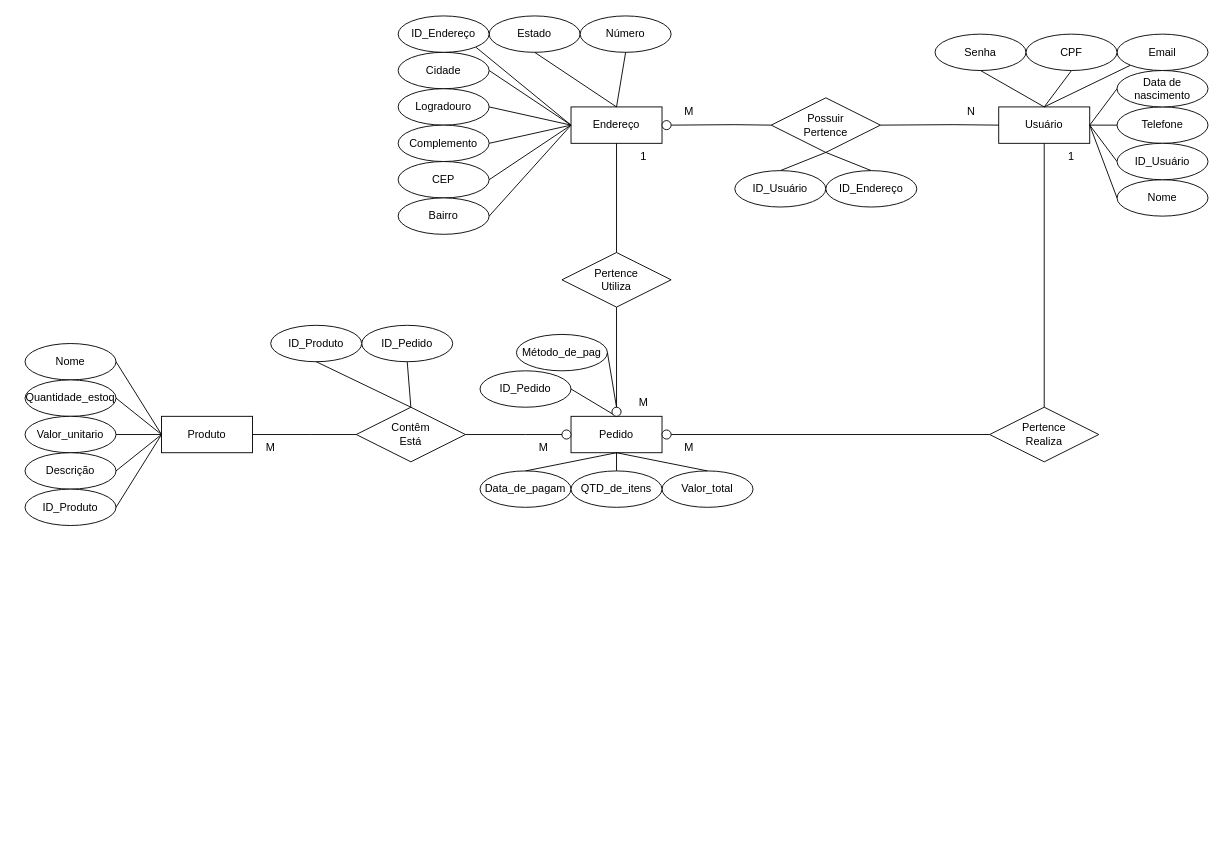
This is documentacao/diagrama_conceitual.drawio from PedroAugustoPivetta/Bela-Rosa, a draw.io file, before an edit. Source tidied: cells renumbered, new cells numbered last; positions are measured from the earlier drawing's top-left corner, leaving out a move shared by most shapes. Both pictures are drawn from the tidied source at 91%, with x=0, y=0 at pixel (25, 15).
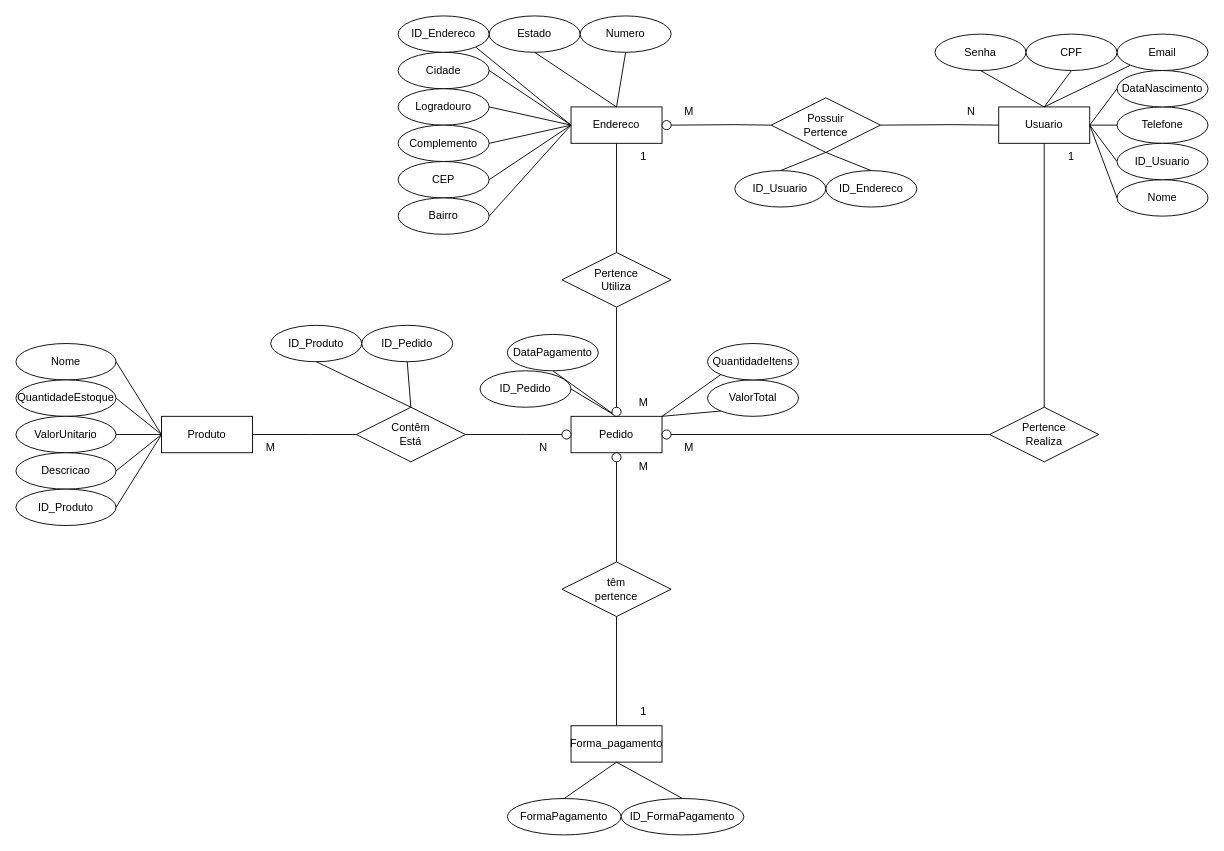
The same diagram, later.

The change refers to these unchanged cells:
```xml
<mxCell id="26" value="Pedido" style="whiteSpace=wrap;html=1;align=center;" parent="1" vertex="1">
  <mxGeometry x="600" y="440" width="100" height="40" as="geometry" />
</mxCell>
<mxCell id="35" value="M" style="text;html=1;align=center;verticalAlign=middle;whiteSpace=wrap;rounded=0;" parent="1" vertex="1">
  <mxGeometry x="650" y="410" width="60" height="30" as="geometry" />
</mxCell>
<mxCell id="75" style="ellipse;whiteSpace=wrap;html=1;" parent="1" vertex="1">
  <mxGeometry x="645" y="430" width="10" height="10" as="geometry" />
</mxCell>
```

Diff of the diagram source:
```diff
@@
-    <mxCell id="2" value="Usuário" style="whiteSpace=wrap;html=1;align=center;" parent="1" vertex="1">
+    <mxCell id="2" value="Usuario" style="whiteSpace=wrap;html=1;align=center;" parent="1" vertex="1">
       <mxGeometry x="1070" y="100" width="100" height="40" as="geometry" />
     </mxCell>
-    <mxCell id="3" value="Endereço" style="whiteSpace=wrap;html=1;align=center;" parent="1" vertex="1">
+    <mxCell id="3" value="Endereco" style="whiteSpace=wrap;html=1;align=center;" parent="1" vertex="1">
       <mxGeometry x="600" y="100" width="100" height="40" as="geometry" />
     </mxCell>
@@
-    <mxCell id="9" value="M" style="text;html=1;align=center;verticalAlign=middle;whiteSpace=wrap;rounded=0;" parent="1" vertex="1">
+    <mxCell id="9" value="N" style="text;html=1;align=center;verticalAlign=middle;whiteSpace=wrap;rounded=0;" parent="1" vertex="1">
       <mxGeometry x="540" y="460" width="60" height="30" as="geometry" />
     </mxCell>
@@
-    <mxCell id="12" value="Data de nascimento" style="ellipse;whiteSpace=wrap;html=1;align=center;" parent="1" vertex="1">
+    <mxCell id="12" value="DataNascimento" style="ellipse;whiteSpace=wrap;html=1;align=center;" parent="1" vertex="1">
       <mxGeometry x="1200" y="60" width="100" height="40" as="geometry" />
     </mxCell>
@@
-    <mxCell id="20" value="Número" style="ellipse;whiteSpace=wrap;html=1;align=center;" parent="1" vertex="1">
+    <mxCell id="20" value="Numero" style="ellipse;whiteSpace=wrap;html=1;align=center;" parent="1" vertex="1">
       <mxGeometry x="610" width="100" height="40" as="geometry" />
     </mxCell>
@@
-    <mxCell id="22" value="Data_de_pagam" style="ellipse;whiteSpace=wrap;html=1;align=center;" parent="1" vertex="1">
-      <mxGeometry x="500" y="500" width="100" height="40" as="geometry" />
+    <mxCell id="22" value="DataPagamento" style="ellipse;whiteSpace=wrap;html=1;align=center;" parent="1" vertex="1">
+      <mxGeometry x="530" y="350" width="100" height="40" as="geometry" />
     </mxCell>
-    <mxCell id="23" value="Valor_total" style="ellipse;whiteSpace=wrap;html=1;align=center;" parent="1" vertex="1">
-      <mxGeometry x="700" y="500" width="100" height="40" as="geometry" />
+    <mxCell id="23" value="ValorTotal" style="ellipse;whiteSpace=wrap;html=1;align=center;" parent="1" vertex="1">
+      <mxGeometry x="750" y="400" width="100" height="40" as="geometry" />
     </mxCell>
-    <mxCell id="24" value="QTD_de_itens" style="ellipse;whiteSpace=wrap;html=1;align=center;" parent="1" vertex="1">
-      <mxGeometry x="600" y="500" width="100" height="40" as="geometry" />
+    <mxCell id="24" value="QuantidadeItens" style="ellipse;whiteSpace=wrap;html=1;align=center;" parent="1" vertex="1">
+      <mxGeometry x="750" y="360" width="100" height="40" as="geometry" />
     </mxCell>
-    <mxCell id="25" value="Método_de_pag" style="ellipse;whiteSpace=wrap;html=1;align=center;" parent="1" vertex="1">
-      <mxGeometry x="540" y="350" width="100" height="40" as="geometry" />
-    </mxCell>
@@
-    <mxCell id="40" style="endArrow=none;html=1;rounded=0;entryX=0.5;entryY=0;entryDx=0;entryDy=0;exitX=0.5;exitY=1;exitDx=0;exitDy=0;" parent="1" edge="1" source="26" target="24">
+    <mxCell id="40" style="endArrow=none;html=1;rounded=0;entryX=0;entryY=1;entryDx=0;entryDy=0;exitX=1;exitY=0;exitDx=0;exitDy=0;" parent="1" edge="1" source="26" target="24">
       <mxGeometry relative="1" as="geometry" />
     </mxCell>
-    <mxCell id="41" style="endArrow=none;html=1;rounded=0;entryX=0.5;entryY=1;entryDx=0;entryDy=0;exitX=0.5;exitY=0;exitDx=0;exitDy=0;" parent="1" edge="1" source="22" target="26">
+    <mxCell id="41" style="endArrow=none;html=1;rounded=0;entryX=0;entryY=1;entryDx=0;entryDy=0;exitX=0.5;exitY=1;exitDx=0;exitDy=0;" parent="1" edge="1" source="22" target="35">
       <mxGeometry relative="1" as="geometry" />
     </mxCell>
-    <mxCell id="42" style="endArrow=none;html=1;rounded=0;exitX=0.5;exitY=0;exitDx=0;exitDy=0;entryX=0.5;entryY=1;entryDx=0;entryDy=0;" parent="1" edge="1" source="23" target="26">
+    <mxCell id="42" style="endArrow=none;html=1;rounded=0;exitX=0;exitY=1;exitDx=0;exitDy=0;entryX=1;entryY=0;entryDx=0;entryDy=0;" parent="1" edge="1" source="23" target="26">
       <mxGeometry relative="1" as="geometry" />
     </mxCell>
@@
     <mxCell id="62" value="Nome" style="ellipse;whiteSpace=wrap;html=1;align=center;" parent="1" vertex="1">
-      <mxGeometry y="360" width="100" height="40" as="geometry" />
+      <mxGeometry x="-10" y="360" width="110" height="40" as="geometry" />
     </mxCell>
-    <mxCell id="63" value="Quantidade_estoq" style="ellipse;whiteSpace=wrap;html=1;align=center;" parent="1" vertex="1">
-      <mxGeometry y="400" width="100" height="40" as="geometry" />
+    <mxCell id="63" value="QuantidadeEstoque" style="ellipse;whiteSpace=wrap;html=1;align=center;" parent="1" vertex="1">
+      <mxGeometry x="-10" y="400" width="110" height="40" as="geometry" />
     </mxCell>
-    <mxCell id="64" value="Valor_unitario" style="ellipse;whiteSpace=wrap;html=1;align=center;" parent="1" vertex="1">
-      <mxGeometry y="440" width="100" height="40" as="geometry" />
+    <mxCell id="64" value="ValorUnitario" style="ellipse;whiteSpace=wrap;html=1;align=center;" parent="1" vertex="1">
+      <mxGeometry x="-10" y="440" width="110" height="40" as="geometry" />
     </mxCell>
-    <mxCell id="65" value="Descrição" style="ellipse;whiteSpace=wrap;html=1;align=center;" parent="1" vertex="1">
-      <mxGeometry y="480" width="100" height="40" as="geometry" />
+    <mxCell id="65" value="Descricao" style="ellipse;whiteSpace=wrap;html=1;align=center;" parent="1" vertex="1">
+      <mxGeometry x="-10" y="480" width="110" height="40" as="geometry" />
     </mxCell>
     <mxCell id="66" value="ID_Produto" style="ellipse;whiteSpace=wrap;html=1;align=center;" parent="1" vertex="1">
-      <mxGeometry y="520" width="100" height="40" as="geometry" />
+      <mxGeometry x="-10" y="520" width="110" height="40" as="geometry" />
     </mxCell>
@@
-    <mxCell id="74" style="endArrow=none;html=1;rounded=0;exitX=1;exitY=0.5;exitDx=0;exitDy=0;entryX=0.5;entryY=0;entryDx=0;entryDy=0;" parent="1" edge="1" source="25" target="75">
-      <mxGeometry relative="1" as="geometry" />
-    </mxCell>
@@
-    <mxCell id="85" value="ID_Usuário" style="ellipse;whiteSpace=wrap;html=1;align=center;" parent="1" vertex="1">
+    <mxCell id="85" value="ID_Usuario" style="ellipse;whiteSpace=wrap;html=1;align=center;" parent="1" vertex="1">
       <mxGeometry x="780" y="170" width="100" height="40" as="geometry" />
     </mxCell>
-    <mxCell id="86" value="ID_Endereço" style="ellipse;whiteSpace=wrap;html=1;align=center;" parent="1" vertex="1">
+    <mxCell id="86" value="ID_Endereco" style="ellipse;whiteSpace=wrap;html=1;align=center;" parent="1" vertex="1">
       <mxGeometry x="880" y="170" width="100" height="40" as="geometry" />
     </mxCell>
@@
-    <mxCell id="88" value="ID_Endereço" style="ellipse;whiteSpace=wrap;html=1;align=center;" parent="1" vertex="1">
+    <mxCell id="88" value="ID_Endereco" style="ellipse;whiteSpace=wrap;html=1;align=center;" parent="1" vertex="1">
       <mxGeometry x="410" width="100" height="40" as="geometry" />
     </mxCell>
-    <mxCell id="89" value="ID_Usuário" style="ellipse;whiteSpace=wrap;html=1;align=center;" parent="1" vertex="1">
+    <mxCell id="89" value="ID_Usuario" style="ellipse;whiteSpace=wrap;html=1;align=center;" parent="1" vertex="1">
       <mxGeometry x="1200" y="140" width="100" height="40" as="geometry" />
     </mxCell>
@@
+    <mxCell id="92" style="endArrow=none;html=1;rounded=0;exitX=0.5;exitY=1;exitDx=0;exitDy=0;entryX=0.5;entryY=0;entryDx=0;entryDy=0;" parent="1" edge="1" source="102" target="93">
+      <mxGeometry relative="1" as="geometry" />
+    </mxCell>
+    <mxCell id="93" value="têm&lt;div&gt;pertence&lt;/div&gt;" style="shape=rhombus;perimeter=rhombusPerimeter;whiteSpace=wrap;html=1;align=center;" parent="1" vertex="1">
+      <mxGeometry x="590" y="600" width="120" height="60" as="geometry" />
+    </mxCell>
+    <mxCell id="94" style="endArrow=none;html=1;rounded=0;exitX=0.5;exitY=1;exitDx=0;exitDy=0;entryX=0.5;entryY=0;entryDx=0;entryDy=0;" parent="1" edge="1" source="93" target="95">
+      <mxGeometry relative="1" as="geometry" />
+    </mxCell>
+    <mxCell id="95" value="Forma_pagamento" style="whiteSpace=wrap;html=1;align=center;" parent="1" vertex="1">
+      <mxGeometry x="600" y="780" width="100" height="40" as="geometry" />
+    </mxCell>
+    <mxCell id="96" value="ID_FormaPagamento" style="ellipse;whiteSpace=wrap;html=1;align=center;" parent="1" vertex="1">
+      <mxGeometry x="655" y="860" width="135" height="40" as="geometry" />
+    </mxCell>
+    <mxCell id="97" value="FormaPagamento" style="ellipse;whiteSpace=wrap;html=1;align=center;" parent="1" vertex="1">
+      <mxGeometry x="530" y="860" width="125" height="40" as="geometry" />
+    </mxCell>
+    <mxCell id="98" style="endArrow=none;html=1;rounded=0;exitX=0.5;exitY=0;exitDx=0;exitDy=0;entryX=0.5;entryY=1;entryDx=0;entryDy=0;" parent="1" edge="1" source="97" target="95">
+      <mxGeometry relative="1" as="geometry" />
+    </mxCell>
+    <mxCell id="99" style="endArrow=none;html=1;rounded=0;exitX=0.5;exitY=0;exitDx=0;exitDy=0;entryX=0.5;entryY=1;entryDx=0;entryDy=0;" parent="1" edge="1" source="96" target="95">
+      <mxGeometry relative="1" as="geometry" />
+    </mxCell>
+    <mxCell id="100" value="M" style="text;html=1;align=center;verticalAlign=middle;whiteSpace=wrap;rounded=0;" parent="1" vertex="1">
+      <mxGeometry x="650" y="480" width="60" height="30" as="geometry" />
+    </mxCell>
+    <mxCell id="101" style="endArrow=none;html=1;rounded=0;exitX=0.5;exitY=1;exitDx=0;exitDy=0;entryX=0.5;entryY=0;entryDx=0;entryDy=0;" parent="1" edge="1" source="26" target="102">
+      <mxGeometry relative="1" as="geometry" />
+    </mxCell>
+    <mxCell id="102" style="ellipse;whiteSpace=wrap;html=1;" parent="1" vertex="1">
+      <mxGeometry x="645" y="480" width="10" height="10" as="geometry" />
+    </mxCell>
+    <mxCell id="103" value="1" style="text;html=1;align=center;verticalAlign=middle;whiteSpace=wrap;rounded=0;" parent="1" vertex="1">
+      <mxGeometry x="650" y="750" width="60" height="30" as="geometry" />
+    </mxCell>
```
